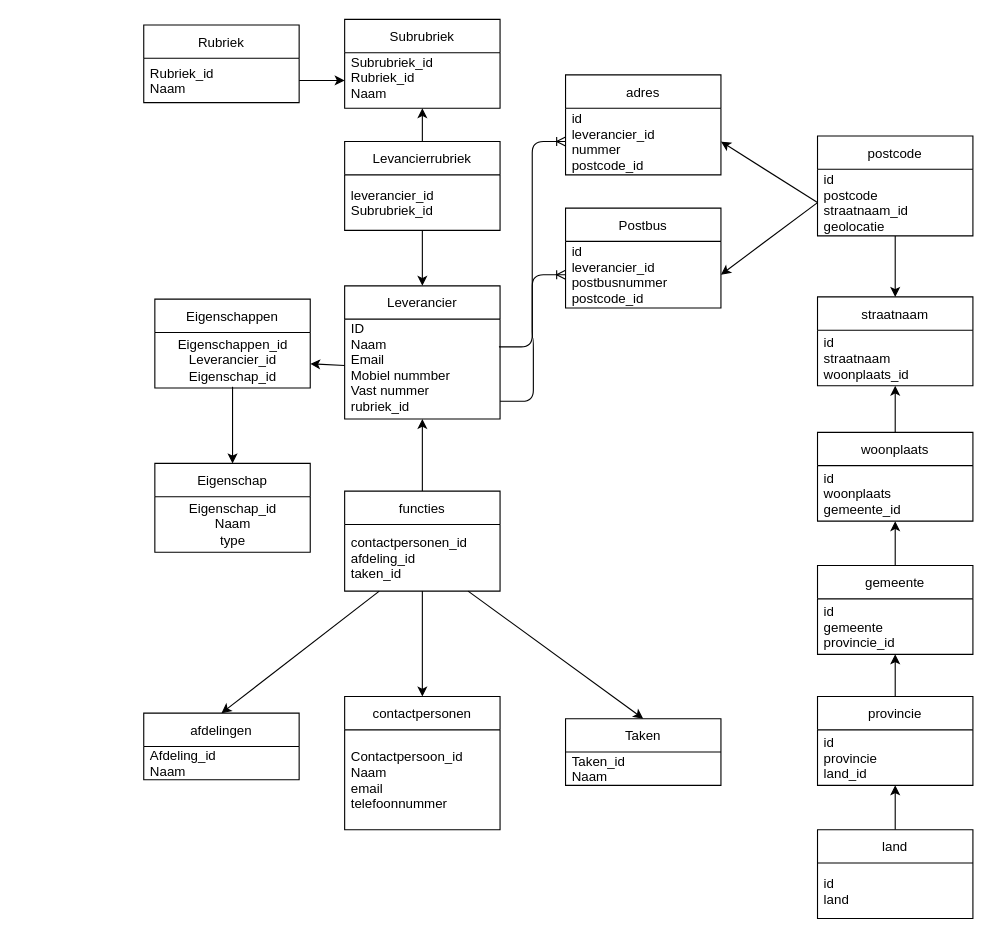
Earlier version of the draw.io diagram relational-data-storage/opdracht-1/Opdracht1.drawio (JelleKruijssen/educom-data-science-1664806245). Source tidied: cells renumbered, new cells numbered last; positions are measured from the earlier drawing's top-left corner, leaving out a move shared by most shapes. Both pictures are drawn from the tidied source at 111%, with x=0, y=0 at pixel (143, 19).
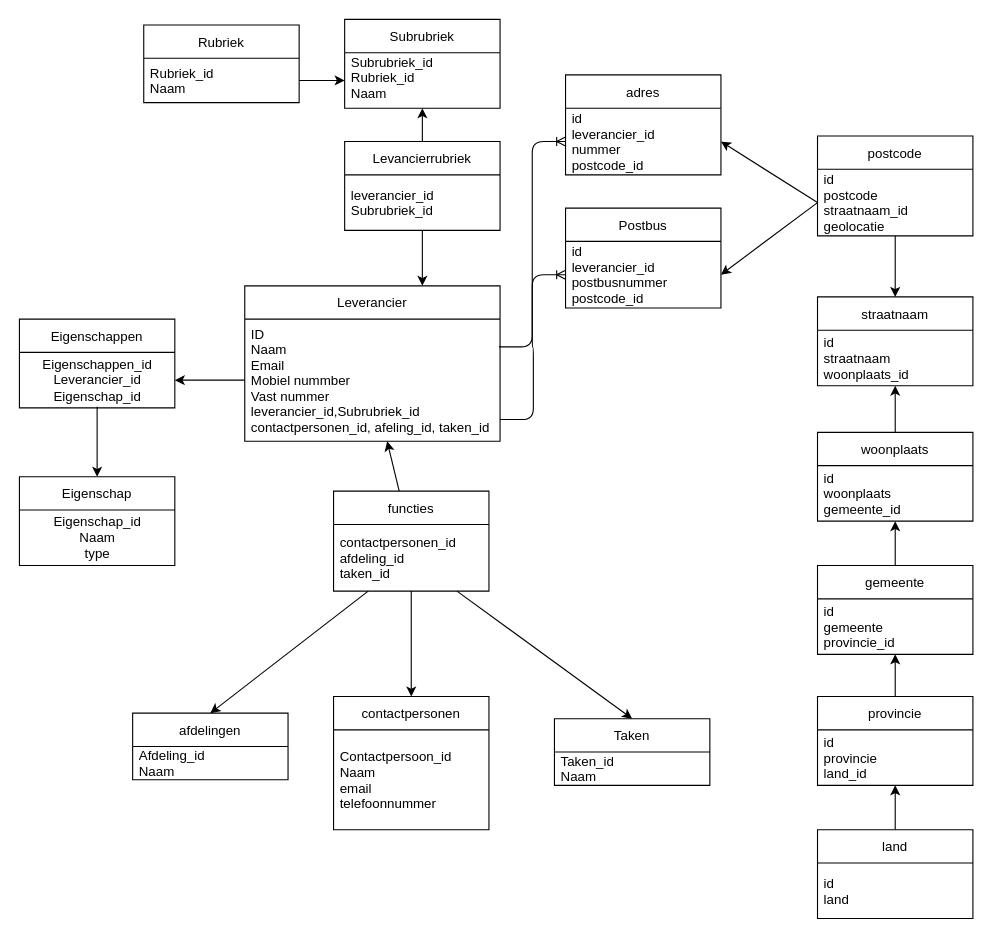
Above is the later version.

The change refers to these unchanged cells:
```xml
<mxCell id="22" value="Eigenschappen_id&lt;br&gt;Leverancier_id&lt;br&gt;Eigenschap_id" style="text;html=1;align=center;verticalAlign=middle;points=[];strokeColor=none;fillColor=none;" parent="21" vertex="1">
  <mxGeometry y="30" width="140" height="50" as="geometry" />
</mxCell>
```

Diff of the diagram source:
```diff
@@
     <mxCell id="2" value="Leverancier" style="swimlane;fontStyle=0;horizontal=1;startSize=30;" parent="1" vertex="1">
-      <mxGeometry x="181" y="240" width="140" height="120" as="geometry" />
+      <mxGeometry x="91" y="240" width="230" height="140" as="geometry" />
     </mxCell>
-    <mxCell id="3" value="ID&#10;Naam&#10;Email&#10;Mobiel nummber&#10;Vast nummer&#10;rubriek_id&#10;" style="text;strokeColor=none;fillColor=none;align=left;verticalAlign=middle;spacingLeft=4;spacingRight=4;overflow=hidden;points=[[0,0.5],[1,0.5]];portConstraint=eastwest;" parent="2" vertex="1">
-      <mxGeometry y="30" width="140" height="90" as="geometry" />
+    <mxCell id="3" value="ID&#10;Naam&#10;Email&#10;Mobiel nummber&#10;Vast nummer&#10;leverancier_id,Subrubriek_id&#10;contactpersonen_id, afeling_id, taken_id" style="text;strokeColor=none;fillColor=none;align=left;verticalAlign=middle;spacingLeft=4;spacingRight=4;overflow=hidden;points=[[0,0.5],[1,0.5]];portConstraint=eastwest;" parent="2" vertex="1">
+      <mxGeometry y="30" width="230" height="110" as="geometry" />
     </mxCell>
@@
     <mxCell id="8" value="contactpersonen" style="swimlane;fontStyle=0;horizontal=1;startSize=30;" parent="1" vertex="1">
-      <mxGeometry x="181" y="610" width="140" height="120" as="geometry" />
+      <mxGeometry x="171" y="610" width="140" height="120" as="geometry" />
     </mxCell>
@@
     <mxCell id="12" value="afdelingen" style="swimlane;fontStyle=0;horizontal=1;startSize=30;" parent="1" vertex="1">
-      <mxGeometry y="625" width="140" height="60" as="geometry" />
+      <mxGeometry x="-10" y="625" width="140" height="60" as="geometry" />
     </mxCell>
@@
     <mxCell id="18" value="Taken" style="swimlane;fontStyle=0;horizontal=1;startSize=30;" parent="1" vertex="1">
-      <mxGeometry x="380" y="630" width="140" height="60" as="geometry" />
+      <mxGeometry x="370" y="630" width="140" height="60" as="geometry" />
     </mxCell>
@@
     <mxCell id="21" value="Eigenschappen" style="swimlane;fontStyle=0;horizontal=1;startSize=30;" parent="1" vertex="1">
-      <mxGeometry x="10" y="252" width="140" height="80" as="geometry" />
+      <mxGeometry x="-112" y="270" width="140" height="80" as="geometry" />
     </mxCell>
@@
     <mxCell id="23" value="Eigenschap" style="swimlane;fontStyle=0;horizontal=1;startSize=30;" parent="1" vertex="1">
-      <mxGeometry x="10" y="400" width="140" height="80" as="geometry" />
+      <mxGeometry x="-112" y="412" width="140" height="80" as="geometry" />
     </mxCell>
@@
     <mxCell id="33" style="edgeStyle=none;html=1;" parent="1" edge="1" source="34">
       <mxGeometry relative="1" as="geometry">
-        <mxPoint x="251" y="610" as="targetPoint" />
+        <mxPoint x="241" y="610" as="targetPoint" />
       </mxGeometry>
     </mxCell>
     <mxCell id="34" value="functies" style="swimlane;fontStyle=0;horizontal=1;startSize=30;" parent="1" vertex="1">
-      <mxGeometry x="181" y="425" width="140" height="90" as="geometry" />
+      <mxGeometry x="171" y="425" width="140" height="90" as="geometry" />
     </mxCell>
@@
-    <mxCell id="55" style="edgeStyle=none;html=1;" parent="1" edge="1" source="3" target="22">
+    <mxCell id="55" style="edgeStyle=none;html=1;exitX=0;exitY=0.5;exitDx=0;exitDy=0;" parent="1" edge="1" source="3" target="22">
       <mxGeometry relative="1" as="geometry" />
     </mxCell>
```
